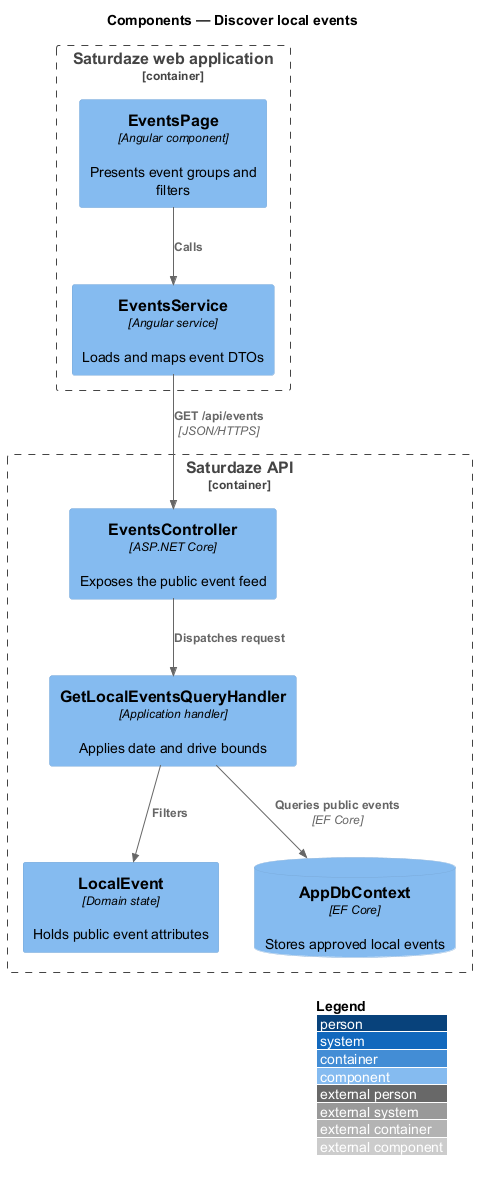
The PlantUML diagram docs/detailed-designs/discovery/discover-local-events/diagrams/c4-component.png in QuinntyneBrown/saturdaze, before a commit.
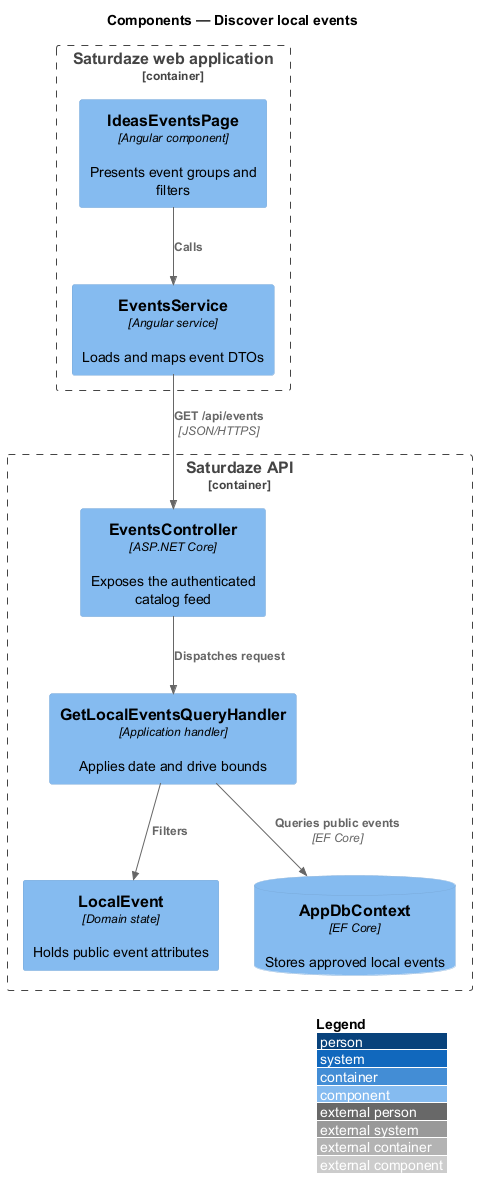
After the change.

Diff of the diagram source:
```diff
@@ -4,11 +4,11 @@
 title Components — Discover local events
 
 Container_Boundary(web, "Saturdaze web application") {
-  Component(page, "EventsPage", "Angular component", "Presents event groups and filters")
+  Component(page, "IdeasEventsPage", "Angular component", "Presents event groups and filters")
   Component(client, "EventsService", "Angular service", "Loads and maps event DTOs")
 }
 Container_Boundary(api, "Saturdaze API") {
-  Component(controller, "EventsController", "ASP.NET Core", "Exposes the public event feed")
+  Component(controller, "EventsController", "ASP.NET Core", "Exposes the authenticated catalog feed")
   Component(handler, "GetLocalEventsQueryHandler", "Application handler", "Applies date and drive bounds")
   Component(entity, "LocalEvent", "Domain state", "Holds public event attributes")
   ComponentDb(db, "AppDbContext", "EF Core", "Stores approved local events")
```
